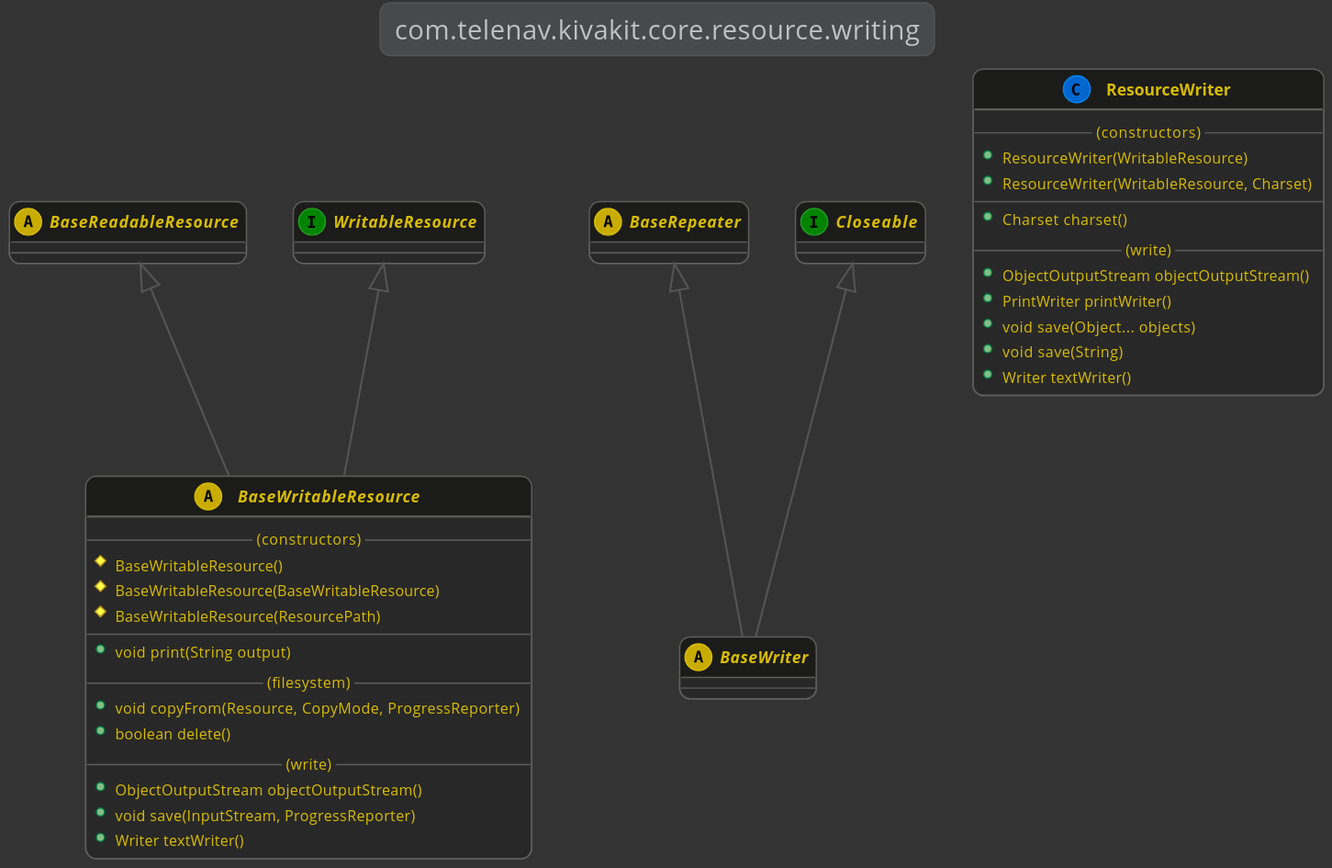
Before: kivakit-core/resource/documentation/diagrams/com.telenav.kivakit.core.resource.writing.svg, a diagram exported from PlantUML (Telenav/kivakit). Source of this version:
```plantuml
@startuml

    !include ../lexakai/lexakai.theme

    title "com.telenav.kivakit.core.resource.writing"

    abstract BaseReadableResource
    abstract BaseRepeater

    interface WritableResource
    interface Closeable

    BaseReadableResource <|-- BaseWritableResource
    WritableResource <|-- BaseWritableResource
    abstract class BaseWritableResource
    {
        --(constructors)--
        #BaseWritableResource()
        #BaseWritableResource(BaseWritableResource)
        #BaseWritableResource(ResourcePath)
        --
        +void print(String output)
        --(filesystem)--
        +void copyFrom(Resource, CopyMode, ProgressReporter)
        +boolean delete()
        --(write)--
        +ObjectOutputStream objectOutputStream()
        +void save(InputStream, ProgressReporter)
        +Writer textWriter()
    }

    BaseRepeater <|-- BaseWriter
    Closeable <|-- BaseWriter
    abstract class BaseWriter
    {
    }

    class ResourceWriter
    {
        --(constructors)--
        +ResourceWriter(WritableResource)
        +ResourceWriter(WritableResource, Charset)
        --
        +Charset charset()
        --(write)--
        +ObjectOutputStream objectOutputStream()
        +PrintWriter printWriter()
        +void save(Object... objects)
        +void save(String)
        +Writer textWriter()
    }

@enduml
```
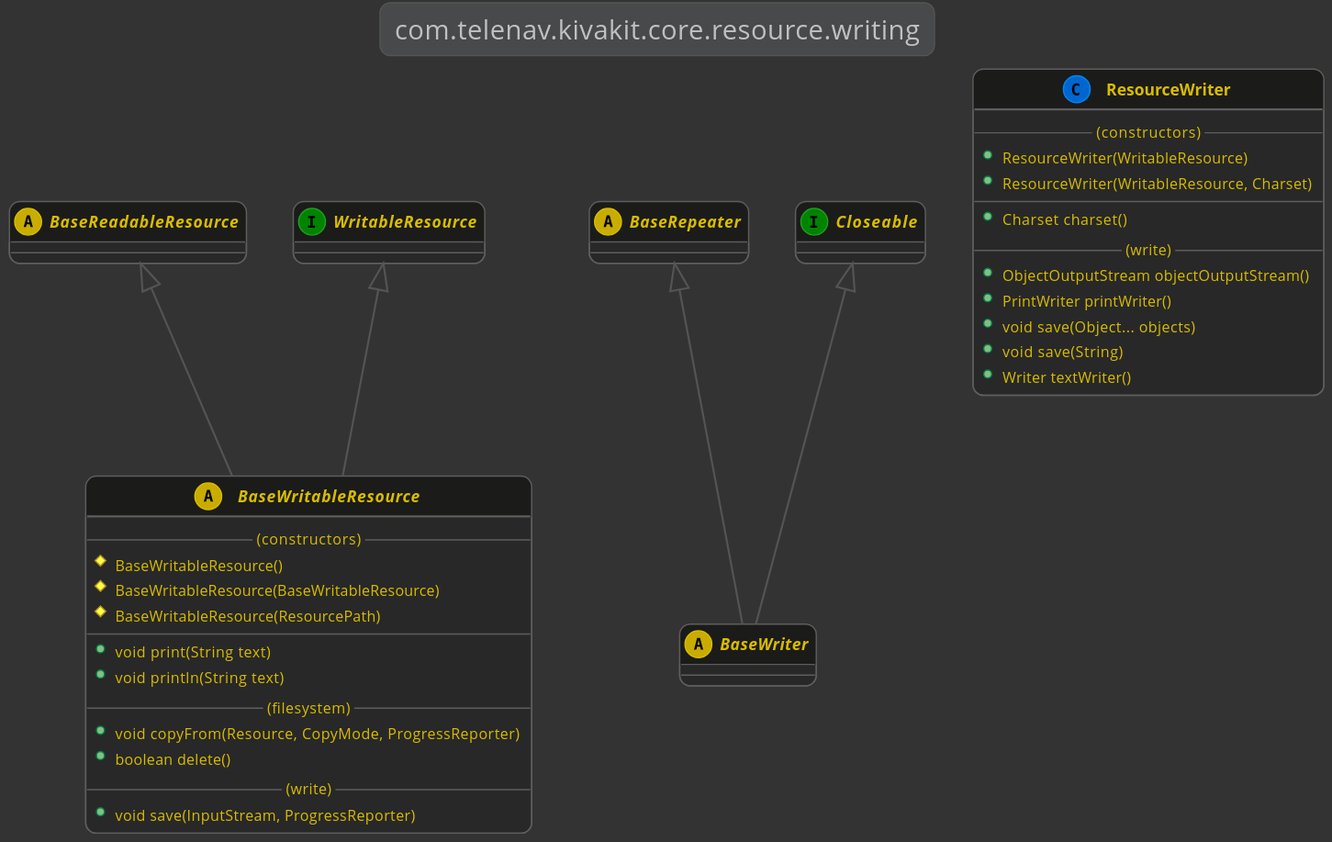
After the change.

Diff of the diagram source:
```diff
@@ -19,14 +19,13 @@
         #BaseWritableResource(BaseWritableResource)
         #BaseWritableResource(ResourcePath)
         --
-        +void print(String output)
+        +void print(String text)
+        +void println(String text)
         --(filesystem)--
         +void copyFrom(Resource, CopyMode, ProgressReporter)
         +boolean delete()
         --(write)--
-        +ObjectOutputStream objectOutputStream()
         +void save(InputStream, ProgressReporter)
-        +Writer textWriter()
     }
 
     BaseRepeater <|-- BaseWriter
```
